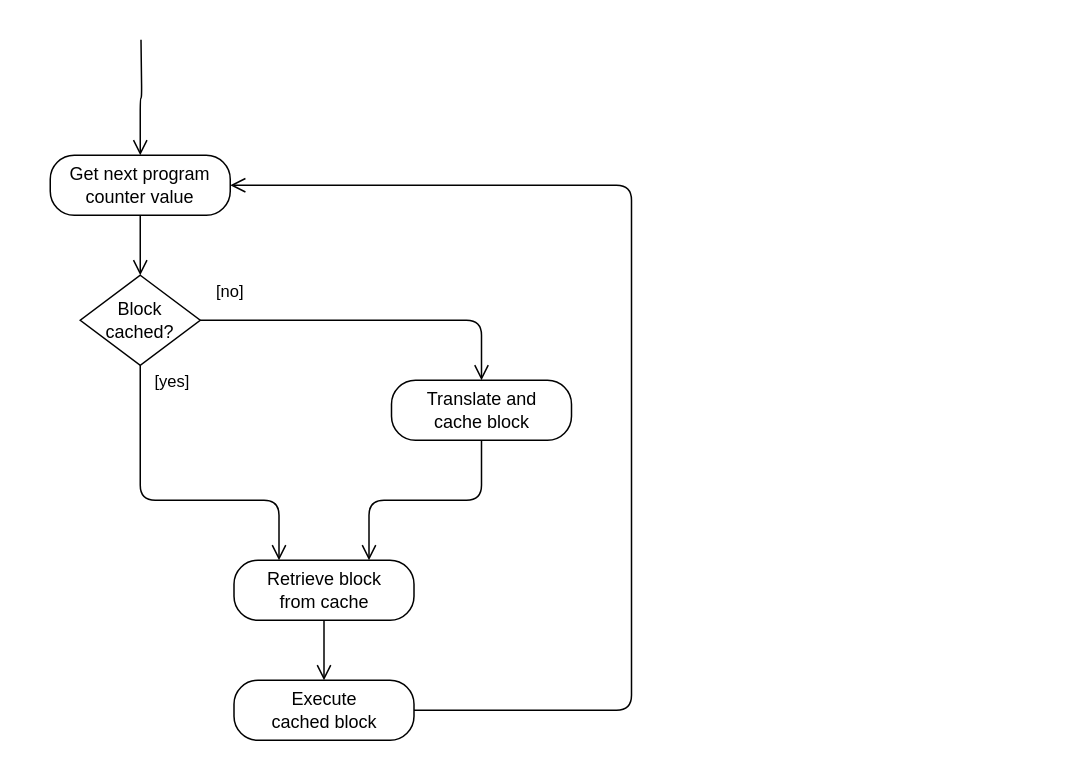
ria-jit/ria-jit keeps this draw.io diagram as documentation/intermediate/diagrams/cache-flow.drawio. Above is the earlier version. Source tidied: cells renumbered, new cells numbered last; positions are measured from the earlier drawing's top-left corner, leaving out a move shared by most shapes. Both pictures are drawn from the tidied source at 150%, with x=0, y=0 at pixel (50, 39).
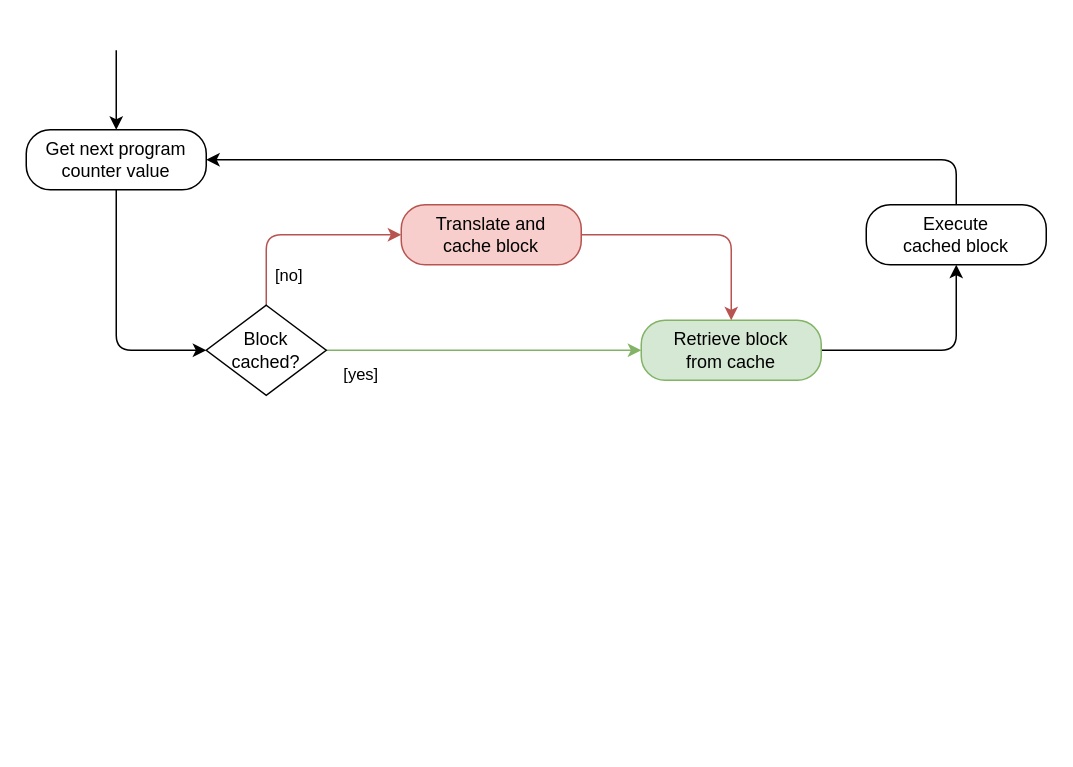
The same diagram, later.

Commit message (it also covers changes not shown here):
update cache segment

Change to the diagram source:
```diff
@@
-    <mxCell id="2" style="edgeStyle=orthogonalEdgeStyle;html=1;verticalAlign=bottom;endArrow=open;endSize=8;entryX=0.5;entryY=0;entryDx=0;entryDy=0;" parent="1" edge="1" target="3">
-      <mxGeometry relative="1" as="geometry">
-        <mxPoint x="60.5" as="sourcePoint" />
-      </mxGeometry>
-    </mxCell>
+    <mxCell id="14" style="edgeStyle=orthogonalEdgeStyle;rounded=1;jettySize=auto;html=1;entryX=0.5;entryY=0;entryDx=0;entryDy=0;" parent="1" edge="1" target="3">
+      <mxGeometry relative="1" as="geometry">
+        <mxPoint x="44" y="7" as="sourcePoint" />
+        <Array as="points">
+          <mxPoint x="44" y="7" />
+        </Array>
+      </mxGeometry>
+    </mxCell>
+    <mxCell id="4" style="edgeStyle=orthogonalEdgeStyle;rounded=1;jettySize=auto;html=1;entryX=0;entryY=0.5;entryDx=0;entryDy=0;" parent="1" edge="1" source="3" target="7">
+      <mxGeometry relative="1" as="geometry" />
+    </mxCell>
     <mxCell id="3" value="Get next program counter value" style="rounded=1;whiteSpace=wrap;html=1;arcSize=40;" parent="1" vertex="1">
-      <mxGeometry y="77" width="120" height="40" as="geometry" />
+      <mxGeometry x="-16" y="60" width="120" height="40" as="geometry" />
     </mxCell>
-    <mxCell id="4" style="edgeStyle=orthogonalEdgeStyle;html=1;verticalAlign=bottom;endArrow=open;endSize=8;entryX=0.5;entryY=0;entryDx=0;entryDy=0;" parent="1" edge="1" source="3" target="7">
-      <mxGeometry relative="1" as="geometry" />
-    </mxCell>
+    <mxCell id="6" style="edgeStyle=orthogonalEdgeStyle;rounded=1;jettySize=auto;html=1;entryX=0.5;entryY=1;entryDx=0;entryDy=0;" parent="1" edge="1" source="5" target="11">
+      <mxGeometry relative="1" as="geometry" />
+    </mxCell>
-    <mxCell id="5" value="Retrieve block&lt;br&gt;from cache" style="rounded=1;whiteSpace=wrap;html=1;arcSize=40;" parent="1" vertex="1">
-      <mxGeometry x="122.5" y="347" width="120" height="40" as="geometry" />
+    <mxCell id="5" value="Retrieve block&lt;br&gt;from cache" style="rounded=1;whiteSpace=wrap;html=1;arcSize=40;fillColor=#d5e8d4;strokeColor=#82b366;" parent="1" vertex="1">
+      <mxGeometry x="394" y="187" width="120" height="40" as="geometry" />
     </mxCell>
-    <mxCell id="6" style="edgeStyle=orthogonalEdgeStyle;html=1;verticalAlign=bottom;endArrow=open;endSize=8;entryX=0.5;entryY=0;entryDx=0;entryDy=0;" parent="1" edge="1" source="5" target="11">
-      <mxGeometry relative="1" as="geometry" />
-    </mxCell>
+    <mxCell id="15" style="edgeStyle=orthogonalEdgeStyle;rounded=1;jettySize=auto;html=1;entryX=0;entryY=0.5;entryDx=0;entryDy=0;exitX=0.5;exitY=0;exitDx=0;exitDy=0;fillColor=#f8cecc;strokeColor=#b85450;" parent="1" edge="1" source="7" target="9">
+      <mxGeometry relative="1" as="geometry" />
+    </mxCell>
+    <mxCell id="8" value="[no]" style="edgeLabel;html=1;align=center;verticalAlign=middle;" parent="15" vertex="1">
+      <mxGeometry x="-0.7" y="-1" relative="1" as="geometry">
+        <mxPoint x="13" as="offset" />
+      </mxGeometry>
+    </mxCell>
+    <mxCell id="16" style="edgeStyle=orthogonalEdgeStyle;rounded=1;jettySize=auto;html=1;entryX=0;entryY=0.5;entryDx=0;entryDy=0;fillColor=#d5e8d4;strokeColor=#82b366;" parent="1" edge="1" source="7" target="5">
+      <mxGeometry relative="1" as="geometry" />
+    </mxCell>
+    <mxCell id="12" value="[yes]" style="edgeLabel;html=1;align=center;verticalAlign=middle;" parent="16" vertex="1">
+      <mxGeometry x="-0.79" relative="1" as="geometry">
+        <mxPoint y="15" as="offset" />
+      </mxGeometry>
+    </mxCell>
     <mxCell id="7" value="Block cached?" style="rhombus;whiteSpace=wrap;html=1;" parent="1" vertex="1">
-      <mxGeometry x="20" y="157" width="80" height="60" as="geometry" />
+      <mxGeometry x="104" y="177" width="80" height="60" as="geometry" />
     </mxCell>
-    <mxCell id="8" value="[no]" style="edgeStyle=orthogonalEdgeStyle;html=1;align=left;verticalAlign=bottom;endArrow=open;endSize=8;entryX=0.5;entryY=0;entryDx=0;entryDy=0;" parent="1" edge="1" source="7" target="9">
-      <mxGeometry x="-0.93" y="10" relative="1" as="geometry">
-        <mxPoint x="1" as="offset" />
-      </mxGeometry>
-    </mxCell>
+    <mxCell id="10" style="edgeStyle=orthogonalEdgeStyle;rounded=1;jettySize=auto;html=1;entryX=0.5;entryY=0;entryDx=0;entryDy=0;fillColor=#f8cecc;strokeColor=#b85450;" parent="1" edge="1" source="9" target="5">
+      <mxGeometry relative="1" as="geometry" />
+    </mxCell>
-    <mxCell id="9" value="Translate and&lt;br&gt;cache block" style="rounded=1;whiteSpace=wrap;html=1;arcSize=40;" parent="1" vertex="1">
-      <mxGeometry x="227.5" y="227" width="120" height="40" as="geometry" />
+    <mxCell id="9" value="Translate and&lt;br&gt;cache block" style="rounded=1;whiteSpace=wrap;html=1;arcSize=40;fillColor=#f8cecc;strokeColor=#b85450;" parent="1" vertex="1">
+      <mxGeometry x="234" y="110" width="120" height="40" as="geometry" />
     </mxCell>
-    <mxCell id="10" style="edgeStyle=orthogonalEdgeStyle;html=1;verticalAlign=bottom;endArrow=open;endSize=8;entryX=0.75;entryY=0;entryDx=0;entryDy=0;exitX=0.5;exitY=1;exitDx=0;exitDy=0;" parent="1" edge="1" source="9" target="5">
-      <mxGeometry relative="1" as="geometry">
-        <Array as="points">
-          <mxPoint x="287.5" y="307" />
-          <mxPoint x="212.5" y="307" />
-        </Array>
-      </mxGeometry>
-    </mxCell>
+    <mxCell id="13" style="edgeStyle=orthogonalEdgeStyle;rounded=1;jettySize=auto;html=1;entryX=1;entryY=0.5;entryDx=0;entryDy=0;" parent="1" edge="1" source="11" target="3">
+      <mxGeometry relative="1" as="geometry">
+        <Array as="points">
+          <mxPoint x="604" y="80" />
+        </Array>
+      </mxGeometry>
+    </mxCell>
     <mxCell id="11" value="Execute&lt;br&gt;cached block" style="rounded=1;whiteSpace=wrap;html=1;arcSize=40;" parent="1" vertex="1">
-      <mxGeometry x="122.5" y="427" width="120" height="40" as="geometry" />
+      <mxGeometry x="544" y="110" width="120" height="40" as="geometry" />
     </mxCell>
-    <mxCell id="12" value="[yes]" style="edgeStyle=orthogonalEdgeStyle;html=1;align=left;verticalAlign=bottom;endArrow=open;endSize=8;entryX=0.25;entryY=0;entryDx=0;entryDy=0;exitX=0.5;exitY=1;exitDx=0;exitDy=0;" parent="1" edge="1" source="7" target="5">
-      <mxGeometry x="-0.82" y="8" relative="1" as="geometry">
-        <Array as="points">
-          <mxPoint x="60.5" y="307" />
-          <mxPoint x="152.5" y="307" />
-        </Array>
-      </mxGeometry>
-    </mxCell>
-    <mxCell id="13" style="edgeStyle=orthogonalEdgeStyle;html=1;verticalAlign=bottom;endArrow=open;endSize=8;entryX=1;entryY=0.5;entryDx=0;entryDy=0;exitX=1;exitY=0.5;exitDx=0;exitDy=0;" parent="1" edge="1" source="11" target="3">
-      <mxGeometry relative="1" as="geometry">
-        <Array as="points">
-          <mxPoint x="387.5" y="447" />
-          <mxPoint x="387.5" y="97" />
-        </Array>
-      </mxGeometry>
-    </mxCell>
```
